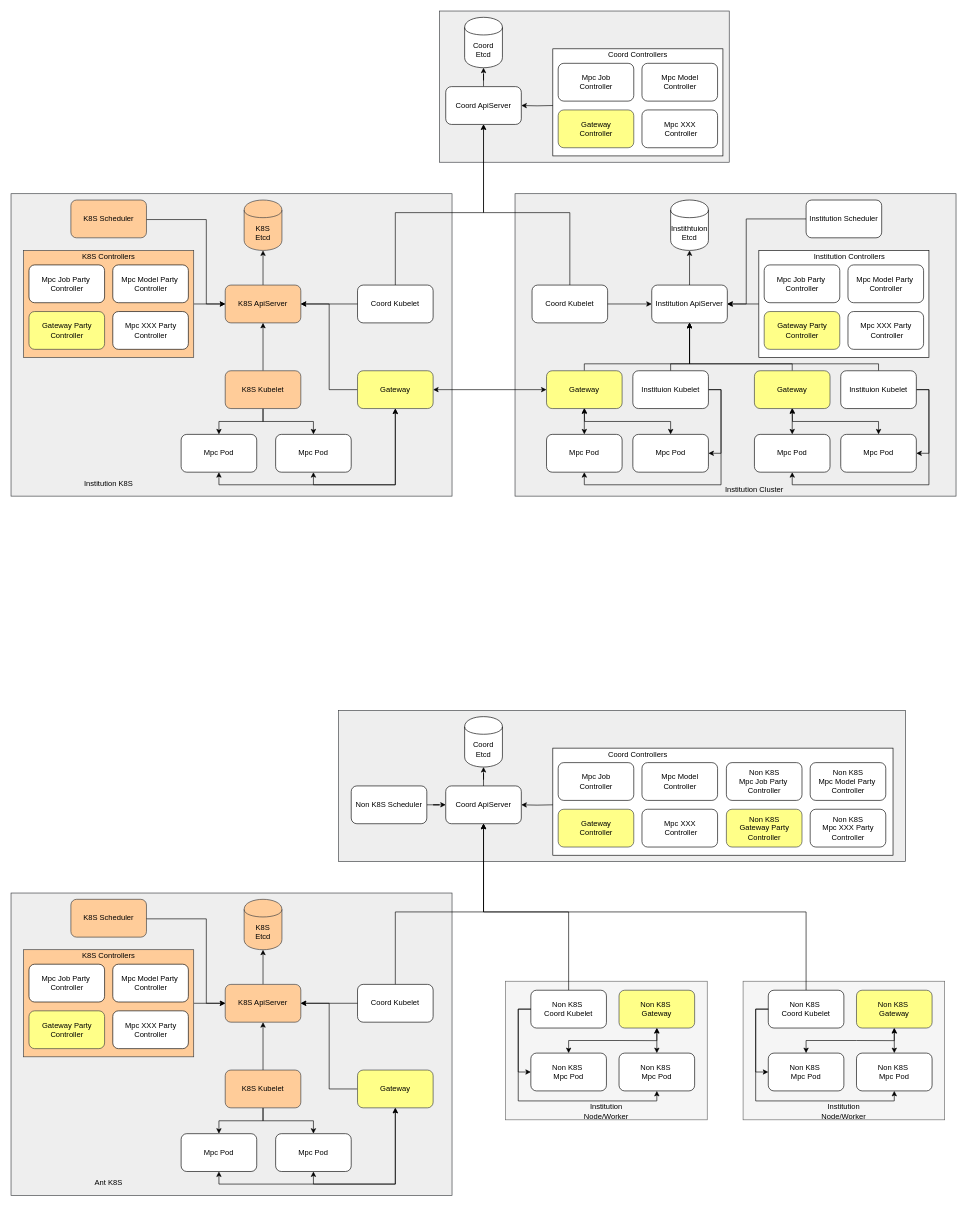
Earlier version of the draw.io diagram page "第 5 页" (6 of 6) of 未命名绘图.drawio (chlq1128/Mycode). Source tidied: cells renumbered, new cells numbered last; positions are measured from the earlier drawing's top-left corner, leaving out a move shared by most shapes. Both pictures are drawn from the tidied source at 63%, with x=0, y=0 at pixel (11, 11).
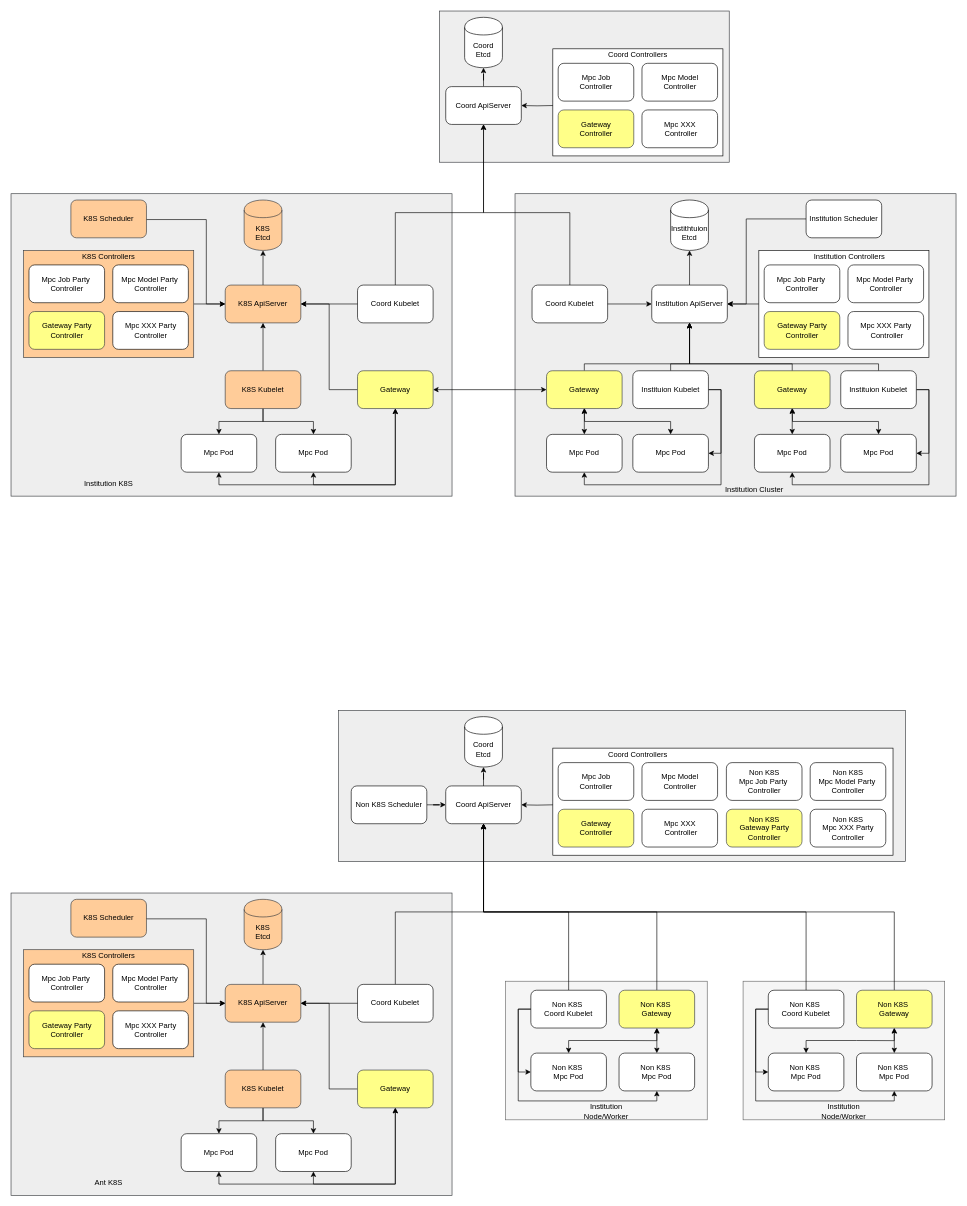
The same page after the edit.

Commit message (it also covers changes not shown here):
更新未命名绘图.drawio

Unchanged cells that the change refers to:
```xml
<mxCell id="82" value="Coord ApiServer" style="rounded=1;whiteSpace=wrap;html=1;" parent="1" vertex="1">
  <mxGeometry x="690" y="1230" width="120" height="60" as="geometry" />
</mxCell>
<mxCell id="119" value="Non K8S&amp;nbsp;&lt;br&gt;Gateway" style="rounded=1;whiteSpace=wrap;html=1;fillColor=#ffff88;strokeColor=#36393d;" parent="1" vertex="1">
  <mxGeometry x="965.1" y="1554.3" width="120" height="60" as="geometry" />
</mxCell>
<mxCell id="130" value="Non K8S&amp;nbsp;&lt;br&gt;Gateway" style="rounded=1;whiteSpace=wrap;html=1;fillColor=#ffff88;strokeColor=#36393d;" parent="1" vertex="1">
  <mxGeometry x="1342" y="1554.3" width="120" height="60" as="geometry" />
</mxCell>
```

What changed in the source:
```diff
@@
+    <mxCell id="144" style="edgeStyle=orthogonalEdgeStyle;rounded=0;jettySize=auto;html=1;exitX=0.5;exitY=0;exitDx=0;exitDy=0;entryX=0.5;entryY=1;entryDx=0;entryDy=0;startArrow=none;startFill=0;" parent="1" edge="1" source="119" target="82">
+      <mxGeometry relative="1" as="geometry">
+        <Array as="points">
+          <mxPoint x="1025" y="1430" />
+          <mxPoint x="750" y="1430" />
+        </Array>
+      </mxGeometry>
+    </mxCell>
@@
+    <mxCell id="145" style="edgeStyle=orthogonalEdgeStyle;rounded=0;jettySize=auto;html=1;exitX=0.5;exitY=0;exitDx=0;exitDy=0;entryX=0.5;entryY=1;entryDx=0;entryDy=0;startArrow=none;startFill=0;" parent="1" edge="1" source="130" target="82">
+      <mxGeometry relative="1" as="geometry">
+        <Array as="points">
+          <mxPoint x="1402" y="1430" />
+          <mxPoint x="750" y="1430" />
+        </Array>
+      </mxGeometry>
+    </mxCell>
```
